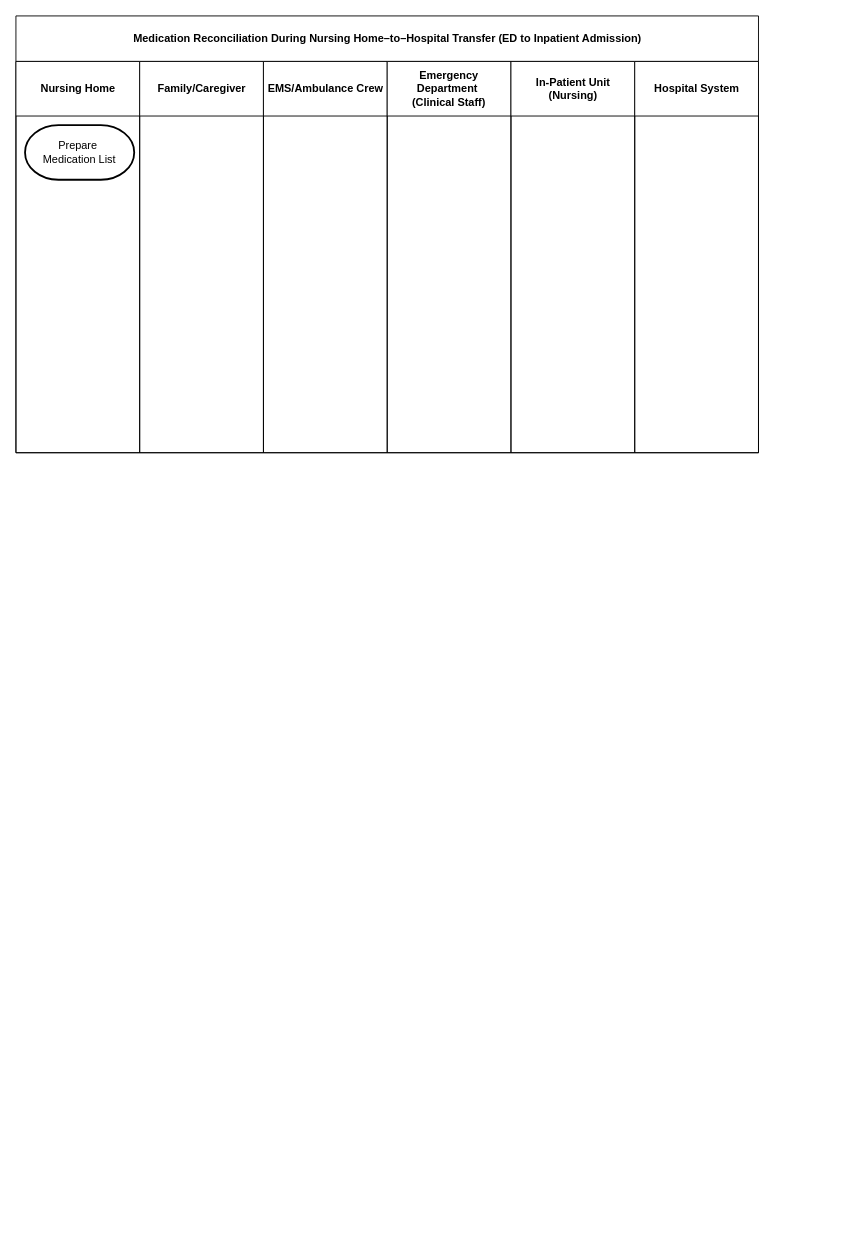
Earlier version of the draw.io diagram Process Chart.drawio (melmirasol/Case-Problem-6.2). Source tidied: cells renumbered, new cells numbered last; positions are measured from the earlier drawing's top-left corner, leaving out a move shared by most shapes. Both pictures are drawn from the tidied source at 91%, with x=0, y=0 at pixel (15, 15).
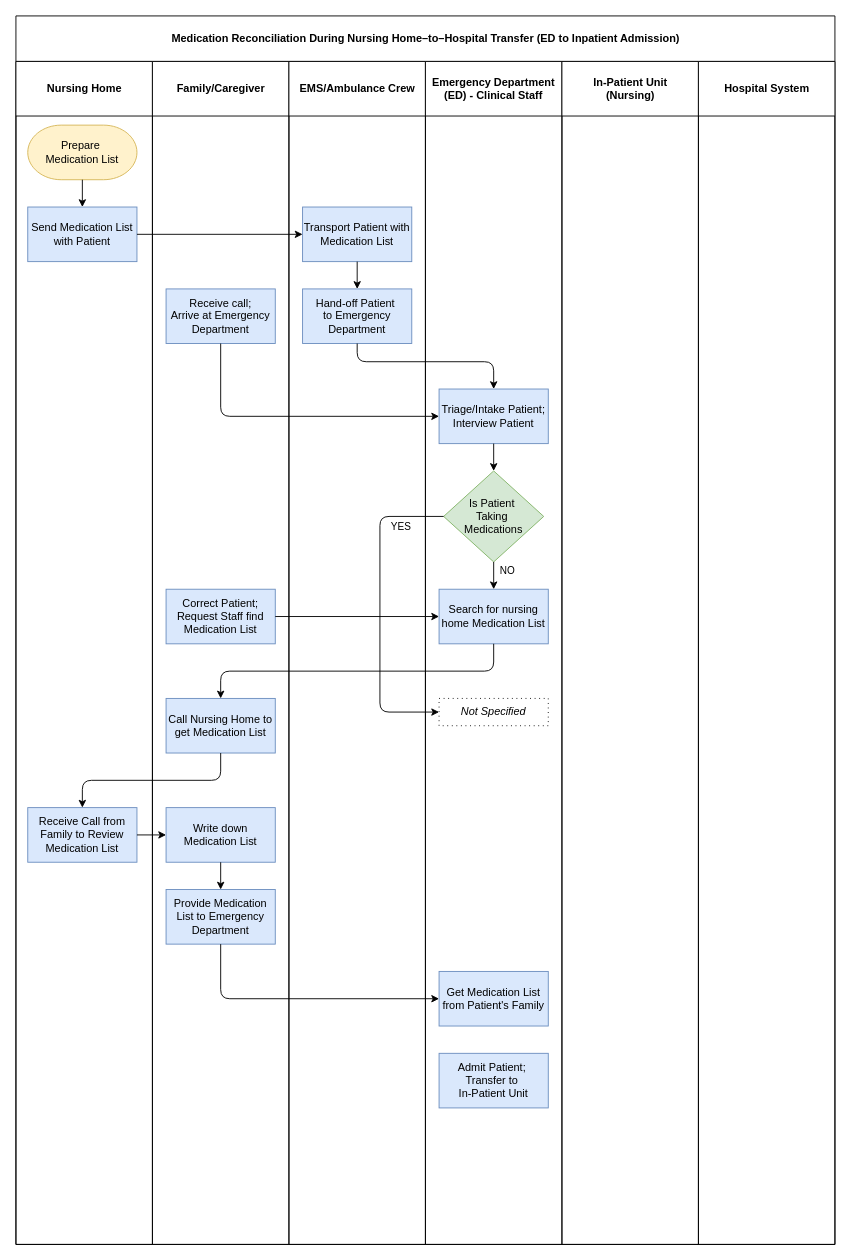
The same diagram, later.

Change to the diagram source:
```diff
@@
     <mxCell id="2" value="Medication Reconciliation During Nursing Home–to–Hospital Transfer (ED to Inpatient Admission)" style="swimlane;startSize=50;html=1;" parent="1" vertex="1">
-      <mxGeometry width="816" height="480" as="geometry" />
+      <mxGeometry width="900" height="1350" as="geometry" />
     </mxCell>
     <mxCell id="3" value="Nursing Home" style="swimlane;startSize=60;html=1;" parent="2" vertex="1">
-      <mxGeometry y="50" width="136" height="430" as="geometry" />
+      <mxGeometry y="50" width="150" height="1300" as="geometry" />
     </mxCell>
-    <mxCell id="4" value="Prepare&amp;nbsp;&lt;div&gt;Medication List&lt;/div&gt;" style="strokeWidth=2;html=1;shape=mxgraph.flowchart.terminator;whiteSpace=wrap;" parent="3" vertex="1">
-      <mxGeometry x="10" y="70" width="120" height="60" as="geometry" />
+    <mxCell id="4" value="Prepare&amp;nbsp;&lt;div&gt;Medication List&lt;/div&gt;" style="strokeWidth=1;html=1;shape=mxgraph.flowchart.terminator;whiteSpace=wrap;fillColor=#fff2cc;strokeColor=#d6b656;" parent="3" vertex="1">
+      <mxGeometry x="13" y="70" width="120" height="60" as="geometry" />
     </mxCell>
+    <mxCell id="10" value="Send Medication List with Patient" style="rounded=0;whiteSpace=wrap;html=1;fillColor=#dae8fc;strokeColor=#6c8ebf;" parent="3" vertex="1">
+      <mxGeometry x="13" y="160" width="120" height="60" as="geometry" />
+    </mxCell>
+    <mxCell id="11" style="endArrow=classic;html=1;rounded=0;exitX=0.5;exitY=1;exitDx=0;exitDy=0;exitPerimeter=0;entryX=0.5;entryY=0;entryDx=0;entryDy=0;" parent="3" edge="1" source="4" target="10">
+      <mxGeometry relative="1" as="geometry" />
+    </mxCell>
+    <mxCell id="12" value="Receive Call from Family to Review Medication List" style="rounded=0;whiteSpace=wrap;html=1;fillColor=#dae8fc;strokeColor=#6c8ebf;" parent="3" vertex="1">
+      <mxGeometry x="13" y="820" width="120" height="60" as="geometry" />
+    </mxCell>
     <mxCell id="5" value="Family/Caregiver" style="swimlane;startSize=60;html=1;" parent="2" vertex="1">
-      <mxGeometry x="136" y="50" width="136" height="430" as="geometry" />
+      <mxGeometry x="150" y="50" width="150" height="1300" as="geometry" />
     </mxCell>
+    <mxCell id="13" value="Receive call;&lt;div&gt;Arrive at&amp;nbsp;&lt;span style=&quot;background-color: transparent; color: light-dark(rgb(0, 0, 0), rgb(255, 255, 255));&quot;&gt;Emergency Department&lt;/span&gt;&lt;/div&gt;" style="rounded=0;whiteSpace=wrap;html=1;fillColor=#dae8fc;strokeColor=#6c8ebf;" parent="5" vertex="1">
+      <mxGeometry x="15" y="250" width="120" height="60" as="geometry" />
+    </mxCell>
+    <mxCell id="14" value="Correct Patient;&lt;div&gt;Request Staff find Medication List&lt;/div&gt;" style="rounded=0;whiteSpace=wrap;html=1;fillColor=#dae8fc;strokeColor=#6c8ebf;" parent="5" vertex="1">
+      <mxGeometry x="15" y="580" width="120" height="60" as="geometry" />
+    </mxCell>
+    <mxCell id="15" value="Call Nursing Home to get&amp;nbsp;&lt;span style=&quot;background-color: transparent; color: light-dark(rgb(0, 0, 0), rgb(255, 255, 255));&quot;&gt;Medication List&lt;/span&gt;" style="rounded=0;whiteSpace=wrap;html=1;fillColor=#dae8fc;strokeColor=#6c8ebf;" parent="5" vertex="1">
+      <mxGeometry x="15" y="700" width="120" height="60" as="geometry" />
+    </mxCell>
+    <mxCell id="16" value="Write down Medication List" style="rounded=0;whiteSpace=wrap;html=1;fillColor=#dae8fc;strokeColor=#6c8ebf;" parent="5" vertex="1">
+      <mxGeometry x="15" y="820" width="120" height="60" as="geometry" />
+    </mxCell>
+    <mxCell id="17" value="&lt;span style=&quot;background-color: transparent; color: light-dark(rgb(0, 0, 0), rgb(255, 255, 255));&quot;&gt;Provide Medication List to Emergency Department&lt;/span&gt;" style="rounded=0;whiteSpace=wrap;html=1;fillColor=#dae8fc;strokeColor=#6c8ebf;" parent="5" vertex="1">
+      <mxGeometry x="15" y="910" width="120" height="60" as="geometry" />
+    </mxCell>
+    <mxCell id="18" style="endArrow=classic;html=1;rounded=0;exitX=0.5;exitY=1;exitDx=0;exitDy=0;entryX=0.5;entryY=0;entryDx=0;entryDy=0;" parent="5" edge="1" source="16" target="17">
+      <mxGeometry relative="1" as="geometry" />
+    </mxCell>
     <mxCell id="6" value="EMS/Ambulance Crew" style="swimlane;startSize=60;html=1;" parent="2" vertex="1">
-      <mxGeometry x="272" y="50" width="136" height="430" as="geometry" />
+      <mxGeometry x="300" y="50" width="150" height="1300" as="geometry" />
     </mxCell>
+    <mxCell id="19" value="Transport Patient with Medication List" style="rounded=0;whiteSpace=wrap;html=1;fillColor=#dae8fc;strokeColor=#6c8ebf;" parent="6" vertex="1">
+      <mxGeometry x="15" y="160" width="120" height="60" as="geometry" />
+    </mxCell>
+    <mxCell id="20" value="Hand-off Patient&amp;nbsp;&lt;div&gt;to Emergency Department&lt;/div&gt;" style="rounded=0;whiteSpace=wrap;html=1;fillColor=#dae8fc;strokeColor=#6c8ebf;" parent="6" vertex="1">
+      <mxGeometry x="15" y="250" width="120" height="60" as="geometry" />
+    </mxCell>
+    <mxCell id="21" style="endArrow=classic;html=1;rounded=0;exitX=0.5;exitY=1;exitDx=0;exitDy=0;entryX=0.5;entryY=0;entryDx=0;entryDy=0;" parent="6" edge="1" source="19" target="20">
+      <mxGeometry relative="1" as="geometry" />
+    </mxCell>
-    <mxCell id="7" value="Emergency Department&amp;nbsp;&lt;div&gt;(Clinical&amp;nbsp;Staff)&lt;/div&gt;" style="swimlane;startSize=60;html=1;whiteSpace=wrap;" parent="2" vertex="1">
-      <mxGeometry x="408" y="50" width="136" height="430" as="geometry" />
+    <mxCell id="7" value="Emergency Department (ED) -&amp;nbsp;&lt;span style=&quot;background-color: transparent; color: light-dark(rgb(0, 0, 0), rgb(255, 255, 255));&quot;&gt;Clinical&amp;nbsp;Staff&lt;/span&gt;" style="swimlane;startSize=60;html=1;whiteSpace=wrap;" parent="2" vertex="1">
+      <mxGeometry x="450" y="50" width="150" height="1300" as="geometry" />
     </mxCell>
+    <mxCell id="22" value="Triage/Intake Patient; Interview Patient" style="rounded=0;whiteSpace=wrap;html=1;fillColor=#dae8fc;strokeColor=#6c8ebf;" parent="7" vertex="1">
+      <mxGeometry x="15" y="360" width="120" height="60" as="geometry" />
+    </mxCell>
+    <mxCell id="23" value="Is Patient&amp;nbsp;&lt;div&gt;&lt;span style=&quot;background-color: transparent; color: light-dark(rgb(0, 0, 0), rgb(255, 255, 255));&quot;&gt;Taking&amp;nbsp;&lt;/span&gt;&lt;div&gt;Medications&lt;/div&gt;&lt;/div&gt;" style="rhombus;whiteSpace=wrap;html=1;fillColor=#d5e8d4;strokeColor=#82b366;" parent="7" vertex="1">
+      <mxGeometry x="20" y="450" width="110" height="100" as="geometry" />
+    </mxCell>
+    <mxCell id="24" style="endArrow=classic;html=1;rounded=0;exitX=0.5;exitY=1;exitDx=0;exitDy=0;entryX=0.5;entryY=0;entryDx=0;entryDy=0;" parent="7" edge="1" source="22" target="23">
+      <mxGeometry relative="1" as="geometry" />
+    </mxCell>
+    <mxCell id="25" value="Search for nursing home Medication List" style="rounded=0;whiteSpace=wrap;html=1;fillColor=#dae8fc;strokeColor=#6c8ebf;" parent="7" vertex="1">
+      <mxGeometry x="15" y="580" width="120" height="60" as="geometry" />
+    </mxCell>
+    <mxCell id="26" value="NO" style="endArrow=classic;html=1;rounded=0;exitX=0.5;exitY=1;exitDx=0;exitDy=0;entryX=0.5;entryY=0;entryDx=0;entryDy=0;" parent="7" edge="1" source="23" target="25">
+      <mxGeometry x="-0.33" y="15" relative="1" as="geometry" />
+    </mxCell>
+    <mxCell id="27" value="&lt;i&gt;Not Specified&lt;/i&gt;" style="rounded=0;whiteSpace=wrap;html=1;glass=0;strokeColor=default;dashed=1;dashPattern=1 4;" parent="7" vertex="1">
+      <mxGeometry x="15" y="700" width="120" height="30" as="geometry" />
+    </mxCell>
+    <mxCell id="28" style="endArrow=classic;html=1;rounded=1;exitX=0;exitY=0.5;exitDx=0;exitDy=0;entryX=0;entryY=0.5;entryDx=0;entryDy=0;strokeColor=default;curved=0;" parent="7" edge="1" source="23" target="27">
+      <mxGeometry relative="1" as="geometry">
+        <Array as="points">
+          <mxPoint x="-50" y="500" />
+          <mxPoint x="-50" y="715" />
+        </Array>
+      </mxGeometry>
+    </mxCell>
+    <mxCell id="29" value="YES" style="edgeLabel;html=1;align=center;verticalAlign=middle;" parent="28" vertex="1">
+      <mxGeometry x="-0.72" relative="1" as="geometry">
+        <mxPoint x="1" y="10" as="offset" />
+      </mxGeometry>
+    </mxCell>
+    <mxCell id="30" value="&lt;span style=&quot;background-color: transparent; color: light-dark(rgb(0, 0, 0), rgb(255, 255, 255));&quot;&gt;Get Medication List from Patient's Family&lt;/span&gt;" style="rounded=0;whiteSpace=wrap;html=1;fillColor=#dae8fc;strokeColor=#6c8ebf;" parent="7" vertex="1">
+      <mxGeometry x="15" y="1000" width="120" height="60" as="geometry" />
+    </mxCell>
+    <mxCell id="31" value="&lt;span style=&quot;background-color: transparent; color: light-dark(rgb(0, 0, 0), rgb(255, 255, 255));&quot;&gt;Admit Patient;&amp;nbsp;&lt;/span&gt;&lt;div&gt;&lt;span style=&quot;background-color: transparent; color: light-dark(rgb(0, 0, 0), rgb(255, 255, 255));&quot;&gt;Transfer to&amp;nbsp;&lt;/span&gt;&lt;/div&gt;&lt;div&gt;&lt;span style=&quot;background-color: transparent; color: light-dark(rgb(0, 0, 0), rgb(255, 255, 255));&quot;&gt;In-Patient Unit&lt;/span&gt;&lt;/div&gt;" style="rounded=0;whiteSpace=wrap;html=1;fillColor=#dae8fc;strokeColor=#6c8ebf;" parent="7" vertex="1">
+      <mxGeometry x="15" y="1090" width="120" height="60" as="geometry" />
+    </mxCell>
     <mxCell id="8" value="In-Patient Unit&lt;div&gt;(Nursing)&lt;/div&gt;" style="swimlane;startSize=60;html=1;" parent="2" vertex="1">
-      <mxGeometry x="544" y="50" width="136" height="430" as="geometry" />
+      <mxGeometry x="600" y="50" width="150" height="1300" as="geometry" />
     </mxCell>
     <mxCell id="9" value="Hospital System" style="swimlane;startSize=60;html=1;" parent="2" vertex="1">
-      <mxGeometry x="680" y="50" width="136" height="430" as="geometry" />
+      <mxGeometry x="750" y="50" width="150" height="1300" as="geometry" />
     </mxCell>
+    <mxCell id="32" style="endArrow=classic;html=1;rounded=0;exitX=1;exitY=0.5;exitDx=0;exitDy=0;entryX=0;entryY=0.5;entryDx=0;entryDy=0;" parent="2" edge="1" source="10" target="19">
+      <mxGeometry relative="1" as="geometry" />
+    </mxCell>
+    <mxCell id="33" style="endArrow=classic;html=1;rounded=1;exitX=0.5;exitY=1;exitDx=0;exitDy=0;entryX=0.5;entryY=0;entryDx=0;entryDy=0;curved=0;" parent="2" edge="1" source="20" target="22">
+      <mxGeometry relative="1" as="geometry">
+        <Array as="points">
+          <mxPoint x="375" y="380" />
+          <mxPoint x="525" y="380" />
+        </Array>
+      </mxGeometry>
+    </mxCell>
+    <mxCell id="34" style="endArrow=classic;html=1;rounded=1;entryX=0;entryY=0.5;entryDx=0;entryDy=0;exitX=0.5;exitY=1;exitDx=0;exitDy=0;curved=0;" parent="2" edge="1" source="13" target="22">
+      <mxGeometry relative="1" as="geometry">
+        <Array as="points">
+          <mxPoint x="225" y="440" />
+        </Array>
+      </mxGeometry>
+    </mxCell>
+    <mxCell id="35" style="endArrow=classic;html=1;rounded=1;exitX=1;exitY=0.5;exitDx=0;exitDy=0;entryX=0;entryY=0.5;entryDx=0;entryDy=0;curved=0;" parent="2" edge="1" source="14" target="25">
+      <mxGeometry relative="1" as="geometry" />
+    </mxCell>
+    <mxCell id="36" style="endArrow=classic;html=1;rounded=1;exitX=0.5;exitY=1;exitDx=0;exitDy=0;entryX=0.5;entryY=0;entryDx=0;entryDy=0;curved=0;" parent="2" edge="1" source="25" target="15">
+      <mxGeometry relative="1" as="geometry">
+        <Array as="points">
+          <mxPoint x="525" y="720" />
+          <mxPoint x="225" y="720" />
+        </Array>
+      </mxGeometry>
+    </mxCell>
+    <mxCell id="37" style="endArrow=classic;html=1;rounded=1;exitX=0.5;exitY=1;exitDx=0;exitDy=0;entryX=0.5;entryY=0;entryDx=0;entryDy=0;curved=0;" parent="2" edge="1" source="15" target="12">
+      <mxGeometry relative="1" as="geometry">
+        <Array as="points">
+          <mxPoint x="225" y="840" />
+          <mxPoint x="73" y="840" />
+        </Array>
+      </mxGeometry>
+    </mxCell>
+    <mxCell id="38" style="endArrow=classic;html=1;rounded=0;exitX=1;exitY=0.5;exitDx=0;exitDy=0;entryX=0;entryY=0.5;entryDx=0;entryDy=0;" parent="2" edge="1" source="12" target="16">
+      <mxGeometry relative="1" as="geometry" />
+    </mxCell>
+    <mxCell id="39" style="endArrow=classic;html=1;rounded=1;exitX=0.5;exitY=1;exitDx=0;exitDy=0;entryX=0;entryY=0.5;entryDx=0;entryDy=0;curved=0;" parent="2" edge="1" source="17" target="30">
+      <mxGeometry relative="1" as="geometry">
+        <Array as="points">
+          <mxPoint x="225" y="1080" />
+        </Array>
+      </mxGeometry>
+    </mxCell>
```
